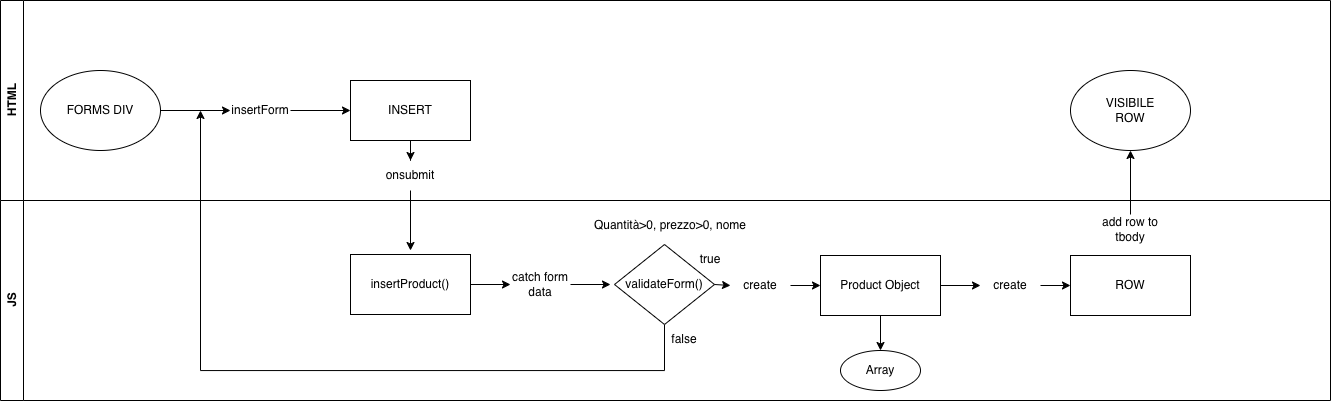
Earlier version of the draw.io export INSERT.drawio.png (callmerichie/SinglePage_Warehouse). Source tidied: cells renumbered, new cells last; positions are measured from the earlier drawing's top-left corner, leaving out a move shared by most shapes.
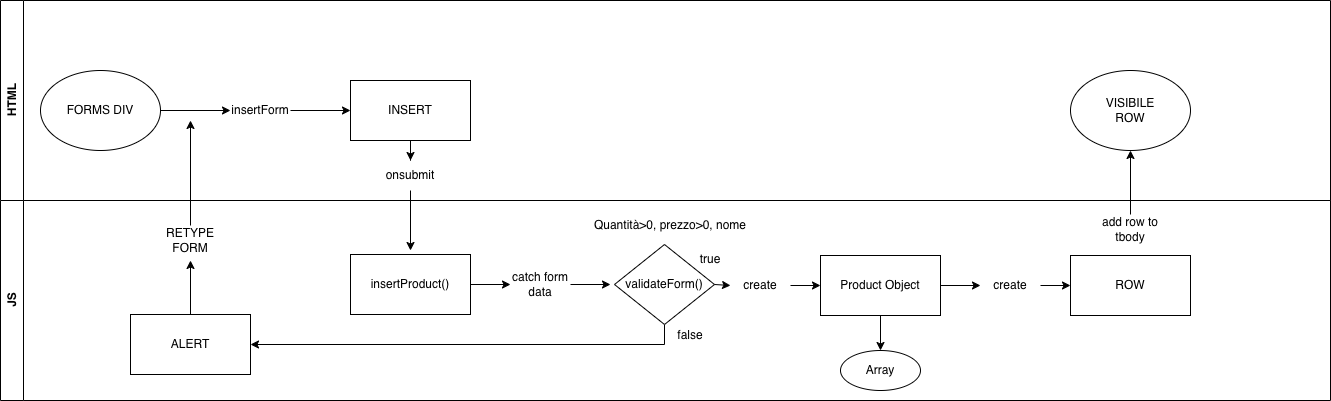
The same diagram one commit later.

Change to the diagram source:
```diff
@@ -26,15 +26,13 @@
     <mxCell id="9" value="ROW" style="rounded=0;whiteSpace=wrap;html=1;" parent="2" vertex="1">
       <mxGeometry x="1070" y="55" width="120" height="60" as="geometry" />
     </mxCell>
-    <mxCell id="10" style="edgeStyle=orthogonalEdgeStyle;rounded=0;jettySize=auto;html=1;" parent="2" edge="1" source="11">
-      <mxGeometry relative="1" as="geometry">
-        <mxPoint x="200" y="-90" as="targetPoint" />
-        <Array as="points">
-          <mxPoint x="664" y="170" />
-          <mxPoint x="200" y="170" />
-        </Array>
-      </mxGeometry>
-    </mxCell>
+    <mxCell id="34" style="edgeStyle=orthogonalEdgeStyle;rounded=0;jettySize=auto;html=1;entryX=1;entryY=0.5;entryDx=0;entryDy=0;" parent="2" edge="1" source="11" target="36">
+      <mxGeometry relative="1" as="geometry">
+        <Array as="points">
+          <mxPoint x="664" y="144" />
+        </Array>
+      </mxGeometry>
+    </mxCell>
     <mxCell id="11" value="validateForm()" style="rhombus;whiteSpace=wrap;html=1;" parent="2" vertex="1">
       <mxGeometry x="614" y="44" width="100" height="80" as="geometry" />
     </mxCell>
@@ -47,7 +45,7 @@
       <mxGeometry x="510" y="69" width="60" height="30" as="geometry" />
     </mxCell>
     <mxCell id="14" value="false" style="text;html=1;whiteSpace=wrap;strokeColor=none;fillColor=none;align=center;verticalAlign=middle;rounded=0;" parent="2" vertex="1">
-      <mxGeometry x="654" y="124" width="60" height="30" as="geometry" />
+      <mxGeometry x="660" y="120" width="60" height="30" as="geometry" />
     </mxCell>
     <mxCell id="15" value="true" style="text;html=1;whiteSpace=wrap;strokeColor=none;fillColor=none;align=center;verticalAlign=middle;rounded=0;" parent="2" vertex="1">
       <mxGeometry x="680" y="44" width="60" height="30" as="geometry" />
@@ -78,6 +76,22 @@
     <mxCell id="23" value="add row to tbody" style="text;html=1;whiteSpace=wrap;strokeColor=none;fillColor=none;align=center;verticalAlign=middle;rounded=0;" parent="2" vertex="1">
       <mxGeometry x="1100" y="14" width="60" height="30" as="geometry" />
     </mxCell>
+    <mxCell id="35" style="edgeStyle=orthogonalEdgeStyle;rounded=0;jettySize=auto;html=1;" parent="2" edge="1" source="36">
+      <mxGeometry relative="1" as="geometry">
+        <mxPoint x="190" y="60" as="targetPoint" />
+      </mxGeometry>
+    </mxCell>
+    <mxCell id="36" value="ALERT" style="rounded=0;whiteSpace=wrap;html=1;" parent="2" vertex="1">
+      <mxGeometry x="130" y="114" width="120" height="60" as="geometry" />
+    </mxCell>
+    <mxCell id="37" style="edgeStyle=orthogonalEdgeStyle;rounded=0;jettySize=auto;html=1;" parent="2" edge="1" source="38">
+      <mxGeometry relative="1" as="geometry">
+        <mxPoint x="190" y="-80" as="targetPoint" />
+      </mxGeometry>
+    </mxCell>
+    <mxCell id="38" value="RETYPE FORM" style="text;html=1;whiteSpace=wrap;strokeColor=none;fillColor=none;align=center;verticalAlign=middle;rounded=0;" parent="2" vertex="1">
+      <mxGeometry x="160" y="25" width="60" height="30" as="geometry" />
+    </mxCell>
     <mxCell id="24" value="HTML" style="swimlane;horizontal=0;whiteSpace=wrap;html=1;" parent="1" vertex="1">
       <mxGeometry width="1330" height="200" as="geometry" />
     </mxCell>
```
